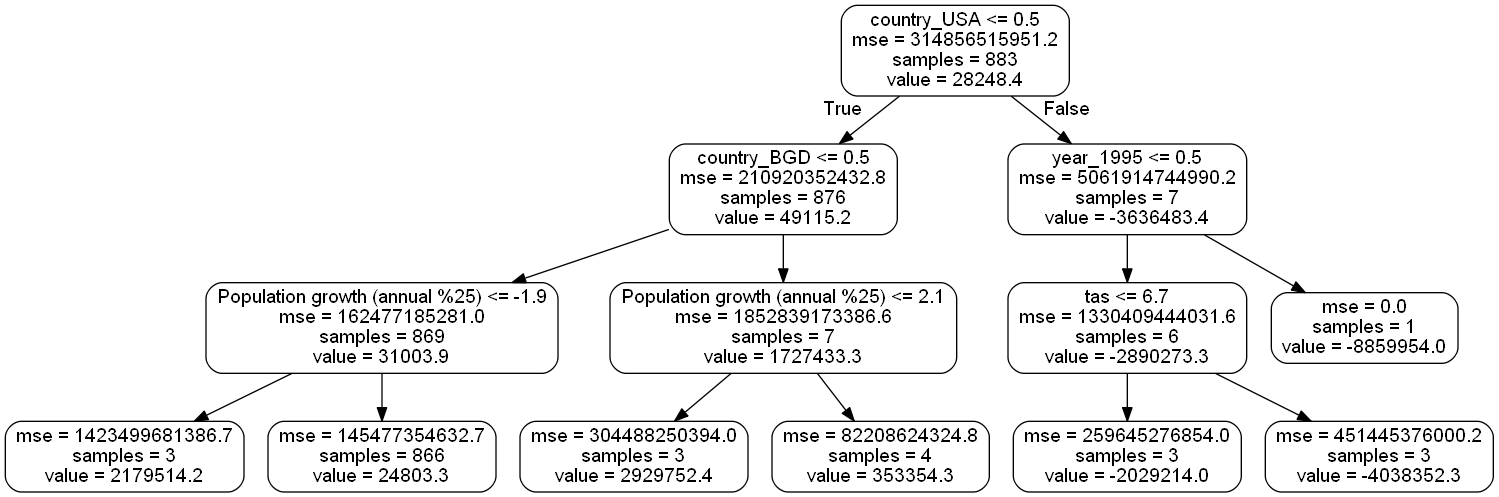
Above: small_tree.png in Multinational-Minds/BDA (Graphviz), before the change. Its source is kept beside it as small_tree.dot.
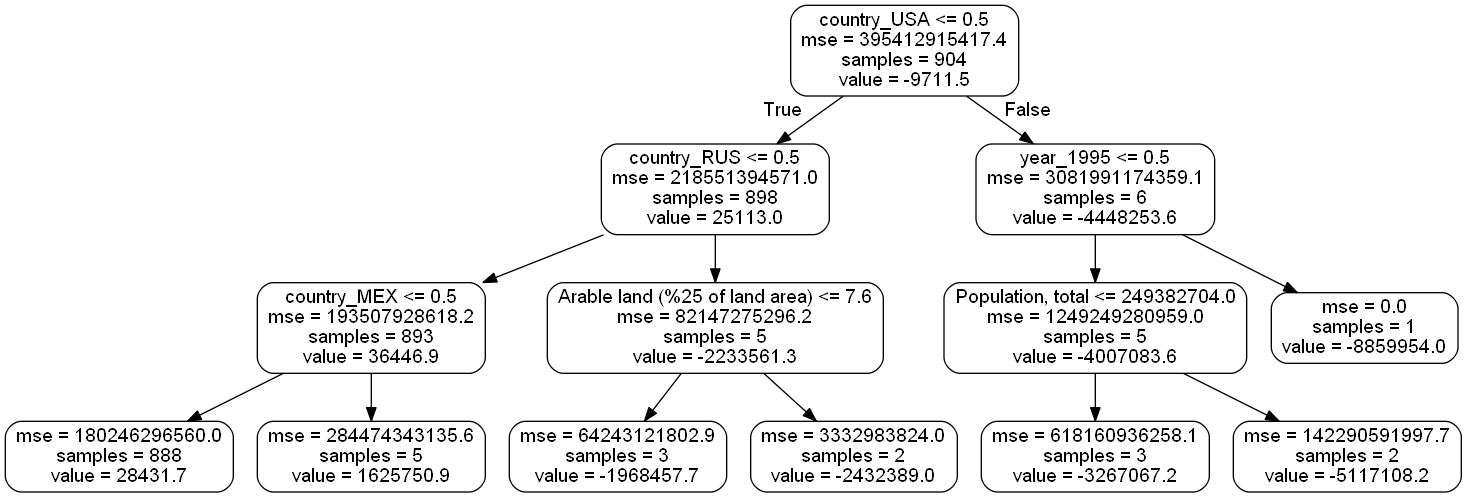
After the commit.

Change to the diagram source:
```diff
@@ -1,28 +1,28 @@
 digraph Tree {
 node [shape=box, style="rounded", color="black", fontname=helvetica] ;
 edge [fontname=helvetica] ;
-0 [label="country_USA <= 0.5\nmse = 314856515951.2\nsamples = 883\nvalue = 28248.4"] ;
-1 [label="country_BGD <= 0.5\nmse = 210920352432.8\nsamples = 876\nvalue = 49115.2"] ;
+0 [label="country_USA <= 0.5\nmse = 395412915417.4\nsamples = 904\nvalue = -9711.5"] ;
+1 [label="country_RUS <= 0.5\nmse = 218551394571.0\nsamples = 898\nvalue = 25113.0"] ;
 0 -> 1 [labeldistance=2.5, labelangle=45, headlabel="True"] ;
-2 [label="Population growth (annual %25) <= -1.9\nmse = 162477185281.0\nsamples = 869\nvalue = 31003.9"] ;
+2 [label="country_MEX <= 0.5\nmse = 193507928618.2\nsamples = 893\nvalue = 36446.9"] ;
 1 -> 2 ;
-3 [label="mse = 1423499681386.7\nsamples = 3\nvalue = 2179514.2"] ;
+3 [label="mse = 180246296560.0\nsamples = 888\nvalue = 28431.7"] ;
 2 -> 3 ;
-4 [label="mse = 145477354632.7\nsamples = 866\nvalue = 24803.3"] ;
+4 [label="mse = 284474343135.6\nsamples = 5\nvalue = 1625750.9"] ;
 2 -> 4 ;
-5 [label="Population growth (annual %25) <= 2.1\nmse = 1852839173386.6\nsamples = 7\nvalue = 1727433.3"] ;
+5 [label="Arable land (%25 of land area) <= 7.6\nmse = 82147275296.2\nsamples = 5\nvalue = -2233561.3"] ;
 1 -> 5 ;
-6 [label="mse = 304488250394.0\nsamples = 3\nvalue = 2929752.4"] ;
+6 [label="mse = 64243121802.9\nsamples = 3\nvalue = -1968457.7"] ;
 5 -> 6 ;
-7 [label="mse = 82208624324.8\nsamples = 4\nvalue = 353354.3"] ;
+7 [label="mse = 3332983824.0\nsamples = 2\nvalue = -2432389.0"] ;
 5 -> 7 ;
-8 [label="year_1995 <= 0.5\nmse = 5061914744990.2\nsamples = 7\nvalue = -3636483.4"] ;
+8 [label="year_1995 <= 0.5\nmse = 3081991174359.1\nsamples = 6\nvalue = -4448253.6"] ;
 0 -> 8 [labeldistance=2.5, labelangle=-45, headlabel="False"] ;
-9 [label="tas <= 6.7\nmse = 1330409444031.6\nsamples = 6\nvalue = -2890273.3"] ;
+9 [label="Population, total <= 249382704.0\nmse = 1249249280959.0\nsamples = 5\nvalue = -4007083.6"] ;
 8 -> 9 ;
-10 [label="mse = 259645276854.0\nsamples = 3\nvalue = -2029214.0"] ;
+10 [label="mse = 618160936258.1\nsamples = 3\nvalue = -3267067.2"] ;
 9 -> 10 ;
-11 [label="mse = 451445376000.2\nsamples = 3\nvalue = -4038352.3"] ;
+11 [label="mse = 142290591997.7\nsamples = 2\nvalue = -5117108.2"] ;
 9 -> 11 ;
 12 [label="mse = 0.0\nsamples = 1\nvalue = -8859954.0"] ;
 8 -> 12 ;
```
